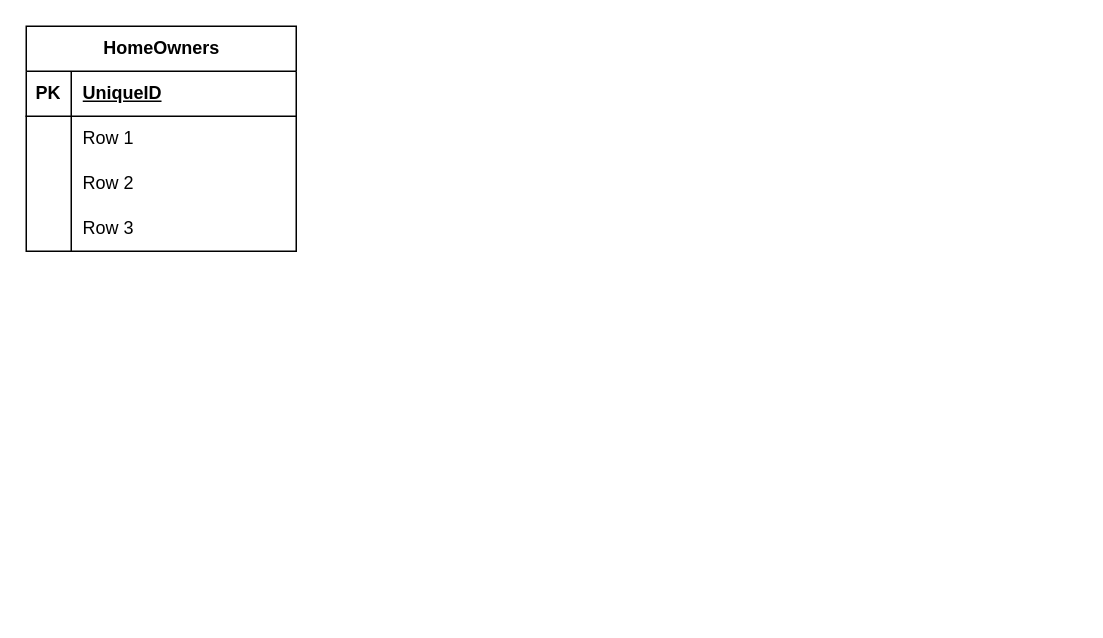
tatercodes/Favihomas keeps this draw.io diagram as ERD/Favihomas ERD.drawio. Above is the earlier version. Source tidied: cells renumbered, new cells numbered last; positions are measured from the earlier drawing's top-left corner, leaving out a move shared by most shapes. Both pictures are drawn from the tidied source at 150%, with x=0, y=0 at pixel (26, 26).
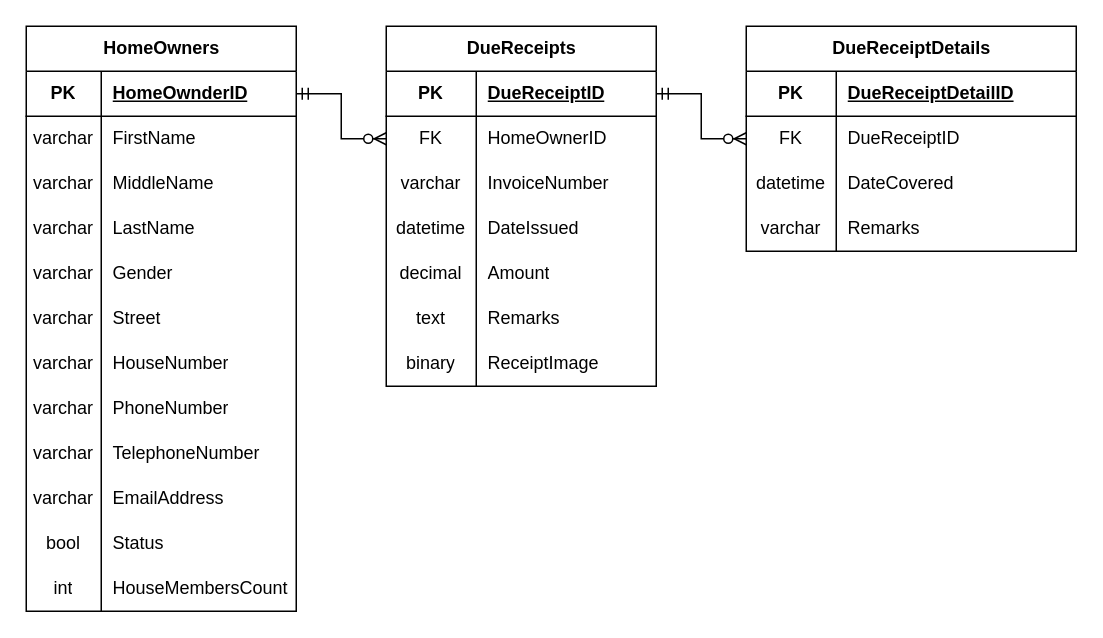
After the change.

The change refers to these unchanged cells:
```xml
<mxCell id="3" style="shape=tableRow;horizontal=0;startSize=0;swimlaneHead=0;swimlaneBody=0;fillColor=none;points=[[0,0.5],[1,0.5]];portConstraint=eastwest;top=0;left=0;right=0;bottom=1;" parent="2" vertex="1">
  <mxGeometry y="30" width="180" height="30" as="geometry" />
</mxCell>
<mxCell id="6" style="shape=tableRow;horizontal=0;startSize=0;swimlaneHead=0;swimlaneBody=0;fillColor=none;top=0;left=0;right=0;bottom=0;" parent="2" vertex="1">
  <mxGeometry y="60" width="180" height="30" as="geometry" />
</mxCell>
<mxCell id="9" style="shape=tableRow;horizontal=0;startSize=0;swimlaneHead=0;swimlaneBody=0;fillColor=none;top=0;left=0;right=0;bottom=0;" parent="2" vertex="1">
  <mxGeometry y="90" width="180" height="30" as="geometry" />
</mxCell>
<mxCell id="12" style="shape=tableRow;horizontal=0;startSize=0;swimlaneHead=0;swimlaneBody=0;fillColor=none;top=0;left=0;right=0;bottom=0;" parent="2" vertex="1">
  <mxGeometry y="120" width="180" height="30" as="geometry" />
</mxCell>
```

What changed in the source:
```diff
@@
     <mxCell id="2" value="HomeOwners" style="shape=table;startSize=30;childLayout=tableLayout;rowLines=0;fontStyle=1;align=center;html=1;" parent="1" vertex="1">
-      <mxGeometry width="180" height="150" as="geometry" />
+      <mxGeometry width="180" height="390" as="geometry" />
     </mxCell>
@@
     <mxCell id="4" value="PK" style="shape=partialRectangle;fillColor=none;top=0;left=0;bottom=0;right=0;fontStyle=1;overflow=hidden;whiteSpace=wrap;html=1;" parent="3" vertex="1">
-      <mxGeometry width="30" height="30" as="geometry" />
+      <mxGeometry width="50" height="30" as="geometry" />
     </mxCell>
-    <mxCell id="5" value="UniqueID" style="shape=partialRectangle;fillColor=none;top=0;left=0;bottom=0;right=0;align=left;spacingLeft=6;fontStyle=5;overflow=hidden;whiteSpace=wrap;html=1;" parent="3" vertex="1">
-      <mxGeometry x="30" width="150" height="30" as="geometry" />
+    <mxCell id="5" value="HomeOwnderID" style="shape=partialRectangle;fillColor=none;top=0;left=0;bottom=0;right=0;align=left;spacingLeft=6;fontStyle=5;overflow=hidden;whiteSpace=wrap;html=1;" parent="3" vertex="1">
+      <mxGeometry x="50" width="130" height="30" as="geometry" />
     </mxCell>
@@
-    <mxCell id="7" style="shape=partialRectangle;fillColor=none;top=0;left=0;bottom=0;right=0;overflow=hidden;whiteSpace=wrap;html=1;" parent="6" vertex="1">
-      <mxGeometry width="30" height="30" as="geometry" />
+    <mxCell id="7" value="&lt;div style=&quot;text-align: left;&quot;&gt;&lt;span style=&quot;background-color: initial;&quot;&gt;varchar&lt;/span&gt;&lt;/div&gt;" style="shape=partialRectangle;fillColor=none;top=0;left=0;bottom=0;right=0;overflow=hidden;whiteSpace=wrap;html=1;" parent="6" vertex="1">
+      <mxGeometry width="50" height="30" as="geometry" />
     </mxCell>
-    <mxCell id="8" value="Row 1" style="shape=partialRectangle;fillColor=none;top=0;left=0;bottom=0;right=0;align=left;spacingLeft=6;overflow=hidden;whiteSpace=wrap;html=1;" parent="6" vertex="1">
-      <mxGeometry x="30" width="150" height="30" as="geometry" />
+    <mxCell id="8" value="FirstName" style="shape=partialRectangle;fillColor=none;top=0;left=0;bottom=0;right=0;align=left;spacingLeft=6;overflow=hidden;whiteSpace=wrap;html=1;" parent="6" vertex="1">
+      <mxGeometry x="50" width="130" height="30" as="geometry" />
     </mxCell>
@@
-    <mxCell id="10" style="shape=partialRectangle;fillColor=none;top=0;left=0;bottom=0;right=0;overflow=hidden;whiteSpace=wrap;html=1;" parent="9" vertex="1">
-      <mxGeometry width="30" height="30" as="geometry" />
+    <mxCell id="10" value="varchar" style="shape=partialRectangle;fillColor=none;top=0;left=0;bottom=0;right=0;overflow=hidden;whiteSpace=wrap;html=1;" parent="9" vertex="1">
+      <mxGeometry width="50" height="30" as="geometry" />
     </mxCell>
-    <mxCell id="11" value="Row 2" style="shape=partialRectangle;fillColor=none;top=0;left=0;bottom=0;right=0;align=left;spacingLeft=6;overflow=hidden;whiteSpace=wrap;html=1;" parent="9" vertex="1">
-      <mxGeometry x="30" width="150" height="30" as="geometry" />
+    <mxCell id="11" value="MiddleName" style="shape=partialRectangle;fillColor=none;top=0;left=0;bottom=0;right=0;align=left;spacingLeft=6;overflow=hidden;whiteSpace=wrap;html=1;" parent="9" vertex="1">
+      <mxGeometry x="50" width="130" height="30" as="geometry" />
     </mxCell>
@@
-    <mxCell id="13" style="shape=partialRectangle;fillColor=none;top=0;left=0;bottom=0;right=0;overflow=hidden;whiteSpace=wrap;html=1;" parent="12" vertex="1">
-      <mxGeometry width="30" height="30" as="geometry" />
+    <mxCell id="13" value="varchar" style="shape=partialRectangle;fillColor=none;top=0;left=0;bottom=0;right=0;overflow=hidden;whiteSpace=wrap;html=1;" parent="12" vertex="1">
+      <mxGeometry width="50" height="30" as="geometry" />
     </mxCell>
-    <mxCell id="14" value="Row 3" style="shape=partialRectangle;fillColor=none;top=0;left=0;bottom=0;right=0;align=left;spacingLeft=6;overflow=hidden;whiteSpace=wrap;html=1;" parent="12" vertex="1">
-      <mxGeometry x="30" width="150" height="30" as="geometry" />
+    <mxCell id="14" value="LastName" style="shape=partialRectangle;fillColor=none;top=0;left=0;bottom=0;right=0;align=left;spacingLeft=6;overflow=hidden;whiteSpace=wrap;html=1;" parent="12" vertex="1">
+      <mxGeometry x="50" width="130" height="30" as="geometry" />
     </mxCell>
+    <mxCell id="15" style="shape=tableRow;horizontal=0;startSize=0;swimlaneHead=0;swimlaneBody=0;fillColor=none;top=0;left=0;right=0;bottom=0;" parent="2" vertex="1">
+      <mxGeometry y="150" width="180" height="30" as="geometry" />
+    </mxCell>
+    <mxCell id="16" value="varchar" style="shape=partialRectangle;fillColor=none;top=0;left=0;bottom=0;right=0;overflow=hidden;whiteSpace=wrap;html=1;" parent="15" vertex="1">
+      <mxGeometry width="50" height="30" as="geometry" />
+    </mxCell>
+    <mxCell id="17" value="Gender" style="shape=partialRectangle;fillColor=none;top=0;left=0;bottom=0;right=0;align=left;spacingLeft=6;overflow=hidden;whiteSpace=wrap;html=1;" parent="15" vertex="1">
+      <mxGeometry x="50" width="130" height="30" as="geometry" />
+    </mxCell>
+    <mxCell id="18" style="shape=tableRow;horizontal=0;startSize=0;swimlaneHead=0;swimlaneBody=0;fillColor=none;top=0;left=0;right=0;bottom=0;" parent="2" vertex="1">
+      <mxGeometry y="180" width="180" height="30" as="geometry" />
+    </mxCell>
+    <mxCell id="19" value="varchar" style="shape=partialRectangle;fillColor=none;top=0;left=0;bottom=0;right=0;overflow=hidden;whiteSpace=wrap;html=1;" parent="18" vertex="1">
+      <mxGeometry width="50" height="30" as="geometry" />
+    </mxCell>
+    <mxCell id="20" value="Street" style="shape=partialRectangle;fillColor=none;top=0;left=0;bottom=0;right=0;align=left;spacingLeft=6;overflow=hidden;whiteSpace=wrap;html=1;" parent="18" vertex="1">
+      <mxGeometry x="50" width="130" height="30" as="geometry" />
+    </mxCell>
+    <mxCell id="21" style="shape=tableRow;horizontal=0;startSize=0;swimlaneHead=0;swimlaneBody=0;fillColor=none;top=0;left=0;right=0;bottom=0;" parent="2" vertex="1">
+      <mxGeometry y="210" width="180" height="30" as="geometry" />
+    </mxCell>
+    <mxCell id="22" value="varchar" style="shape=partialRectangle;fillColor=none;top=0;left=0;bottom=0;right=0;overflow=hidden;whiteSpace=wrap;html=1;" parent="21" vertex="1">
+      <mxGeometry width="50" height="30" as="geometry" />
+    </mxCell>
+    <mxCell id="23" value="HouseNumber" style="shape=partialRectangle;fillColor=none;top=0;left=0;bottom=0;right=0;align=left;spacingLeft=6;overflow=hidden;whiteSpace=wrap;html=1;" parent="21" vertex="1">
+      <mxGeometry x="50" width="130" height="30" as="geometry" />
+    </mxCell>
+    <mxCell id="24" style="shape=tableRow;horizontal=0;startSize=0;swimlaneHead=0;swimlaneBody=0;fillColor=none;top=0;left=0;right=0;bottom=0;" parent="2" vertex="1">
+      <mxGeometry y="240" width="180" height="30" as="geometry" />
+    </mxCell>
+    <mxCell id="25" value="varchar" style="shape=partialRectangle;fillColor=none;top=0;left=0;bottom=0;right=0;overflow=hidden;whiteSpace=wrap;html=1;" parent="24" vertex="1">
+      <mxGeometry width="50" height="30" as="geometry" />
+    </mxCell>
+    <mxCell id="26" value="PhoneNumber" style="shape=partialRectangle;fillColor=none;top=0;left=0;bottom=0;right=0;align=left;spacingLeft=6;overflow=hidden;whiteSpace=wrap;html=1;" parent="24" vertex="1">
+      <mxGeometry x="50" width="130" height="30" as="geometry" />
+    </mxCell>
+    <mxCell id="27" style="shape=tableRow;horizontal=0;startSize=0;swimlaneHead=0;swimlaneBody=0;fillColor=none;top=0;left=0;right=0;bottom=0;" parent="2" vertex="1">
+      <mxGeometry y="270" width="180" height="30" as="geometry" />
+    </mxCell>
+    <mxCell id="28" value="varchar" style="shape=partialRectangle;fillColor=none;top=0;left=0;bottom=0;right=0;overflow=hidden;whiteSpace=wrap;html=1;" parent="27" vertex="1">
+      <mxGeometry width="50" height="30" as="geometry" />
+    </mxCell>
+    <mxCell id="29" value="TelephoneNumber" style="shape=partialRectangle;fillColor=none;top=0;left=0;bottom=0;right=0;align=left;spacingLeft=6;overflow=hidden;whiteSpace=wrap;html=1;" parent="27" vertex="1">
+      <mxGeometry x="50" width="130" height="30" as="geometry" />
+    </mxCell>
+    <mxCell id="30" style="shape=tableRow;horizontal=0;startSize=0;swimlaneHead=0;swimlaneBody=0;fillColor=none;top=0;left=0;right=0;bottom=0;" parent="2" vertex="1">
+      <mxGeometry y="300" width="180" height="30" as="geometry" />
+    </mxCell>
+    <mxCell id="31" value="varchar" style="shape=partialRectangle;fillColor=none;top=0;left=0;bottom=0;right=0;overflow=hidden;whiteSpace=wrap;html=1;" parent="30" vertex="1">
+      <mxGeometry width="50" height="30" as="geometry" />
+    </mxCell>
+    <mxCell id="32" value="EmailAddress" style="shape=partialRectangle;fillColor=none;top=0;left=0;bottom=0;right=0;align=left;spacingLeft=6;overflow=hidden;whiteSpace=wrap;html=1;" parent="30" vertex="1">
+      <mxGeometry x="50" width="130" height="30" as="geometry" />
+    </mxCell>
+    <mxCell id="33" style="shape=tableRow;horizontal=0;startSize=0;swimlaneHead=0;swimlaneBody=0;fillColor=none;top=0;left=0;right=0;bottom=0;" parent="2" vertex="1">
+      <mxGeometry y="330" width="180" height="30" as="geometry" />
+    </mxCell>
+    <mxCell id="34" value="bool" style="shape=partialRectangle;fillColor=none;top=0;left=0;bottom=0;right=0;overflow=hidden;whiteSpace=wrap;html=1;" parent="33" vertex="1">
+      <mxGeometry width="50" height="30" as="geometry" />
+    </mxCell>
+    <mxCell id="35" value="Status" style="shape=partialRectangle;fillColor=none;top=0;left=0;bottom=0;right=0;align=left;spacingLeft=6;overflow=hidden;whiteSpace=wrap;html=1;" parent="33" vertex="1">
+      <mxGeometry x="50" width="130" height="30" as="geometry" />
+    </mxCell>
+    <mxCell id="36" style="shape=tableRow;horizontal=0;startSize=0;swimlaneHead=0;swimlaneBody=0;fillColor=none;top=0;left=0;right=0;bottom=0;" parent="2" vertex="1">
+      <mxGeometry y="360" width="180" height="30" as="geometry" />
+    </mxCell>
+    <mxCell id="37" value="int" style="shape=partialRectangle;fillColor=none;top=0;left=0;bottom=0;right=0;overflow=hidden;whiteSpace=wrap;html=1;" parent="36" vertex="1">
+      <mxGeometry width="50" height="30" as="geometry" />
+    </mxCell>
+    <mxCell id="38" value="HouseMembersCount" style="shape=partialRectangle;fillColor=none;top=0;left=0;bottom=0;right=0;align=left;spacingLeft=6;overflow=hidden;whiteSpace=wrap;html=1;" parent="36" vertex="1">
+      <mxGeometry x="50" width="130" height="30" as="geometry" />
+    </mxCell>
+    <mxCell id="39" value="DueReceipts" style="shape=table;startSize=30;childLayout=tableLayout;rowLines=0;fontStyle=1;align=center;html=1;" parent="1" vertex="1">
+      <mxGeometry x="240" width="180" height="240" as="geometry" />
+    </mxCell>
+    <mxCell id="40" style="shape=tableRow;horizontal=0;startSize=0;swimlaneHead=0;swimlaneBody=0;fillColor=none;points=[[0,0.5],[1,0.5]];portConstraint=eastwest;top=0;left=0;right=0;bottom=1;" parent="39" vertex="1">
+      <mxGeometry y="30" width="180" height="30" as="geometry" />
+    </mxCell>
+    <mxCell id="41" value="PK" style="shape=partialRectangle;fillColor=none;top=0;left=0;bottom=0;right=0;fontStyle=1;overflow=hidden;whiteSpace=wrap;html=1;" parent="40" vertex="1">
+      <mxGeometry width="60" height="30" as="geometry" />
+    </mxCell>
+    <mxCell id="42" value="DueReceiptID" style="shape=partialRectangle;fillColor=none;top=0;left=0;bottom=0;right=0;align=left;spacingLeft=6;fontStyle=5;overflow=hidden;whiteSpace=wrap;html=1;" parent="40" vertex="1">
+      <mxGeometry x="60" width="120" height="30" as="geometry" />
+    </mxCell>
+    <mxCell id="43" style="shape=tableRow;horizontal=0;startSize=0;swimlaneHead=0;swimlaneBody=0;fillColor=none;points=[[0,0.5],[1,0.5]];portConstraint=eastwest;top=0;left=0;right=0;bottom=0;" parent="39" vertex="1">
+      <mxGeometry y="60" width="180" height="30" as="geometry" />
+    </mxCell>
+    <mxCell id="44" value="&lt;div style=&quot;text-align: left;&quot;&gt;&lt;span style=&quot;background-color: initial;&quot;&gt;FK&lt;/span&gt;&lt;/div&gt;" style="shape=partialRectangle;fillColor=none;top=0;left=0;bottom=0;right=0;overflow=hidden;whiteSpace=wrap;html=1;" parent="43" vertex="1">
+      <mxGeometry width="60" height="30" as="geometry" />
+    </mxCell>
+    <mxCell id="45" value="HomeOwnerID" style="shape=partialRectangle;fillColor=none;top=0;left=0;bottom=0;right=0;align=left;spacingLeft=6;overflow=hidden;whiteSpace=wrap;html=1;" parent="43" vertex="1">
+      <mxGeometry x="60" width="120" height="30" as="geometry" />
+    </mxCell>
+    <mxCell id="46" style="shape=tableRow;horizontal=0;startSize=0;swimlaneHead=0;swimlaneBody=0;fillColor=none;top=0;left=0;right=0;bottom=0;" parent="39" vertex="1">
+      <mxGeometry y="90" width="180" height="30" as="geometry" />
+    </mxCell>
+    <mxCell id="47" value="varchar" style="shape=partialRectangle;fillColor=none;top=0;left=0;bottom=0;right=0;overflow=hidden;whiteSpace=wrap;html=1;" parent="46" vertex="1">
+      <mxGeometry width="60" height="30" as="geometry" />
+    </mxCell>
+    <mxCell id="48" value="InvoiceNumber" style="shape=partialRectangle;fillColor=none;top=0;left=0;bottom=0;right=0;align=left;spacingLeft=6;overflow=hidden;whiteSpace=wrap;html=1;" parent="46" vertex="1">
+      <mxGeometry x="60" width="120" height="30" as="geometry" />
+    </mxCell>
+    <mxCell id="49" style="shape=tableRow;horizontal=0;startSize=0;swimlaneHead=0;swimlaneBody=0;fillColor=none;top=0;left=0;right=0;bottom=0;" parent="39" vertex="1">
+      <mxGeometry y="120" width="180" height="30" as="geometry" />
+    </mxCell>
+    <mxCell id="50" value="datetime" style="shape=partialRectangle;fillColor=none;top=0;left=0;bottom=0;right=0;overflow=hidden;whiteSpace=wrap;html=1;" parent="49" vertex="1">
+      <mxGeometry width="60" height="30" as="geometry" />
+    </mxCell>
+    <mxCell id="51" value="DateIssued" style="shape=partialRectangle;fillColor=none;top=0;left=0;bottom=0;right=0;align=left;spacingLeft=6;overflow=hidden;whiteSpace=wrap;html=1;" parent="49" vertex="1">
+      <mxGeometry x="60" width="120" height="30" as="geometry" />
+    </mxCell>
+    <mxCell id="52" style="shape=tableRow;horizontal=0;startSize=0;swimlaneHead=0;swimlaneBody=0;fillColor=none;top=0;left=0;right=0;bottom=0;" parent="39" vertex="1">
+      <mxGeometry y="150" width="180" height="30" as="geometry" />
+    </mxCell>
+    <mxCell id="53" value="decimal" style="shape=partialRectangle;fillColor=none;top=0;left=0;bottom=0;right=0;overflow=hidden;whiteSpace=wrap;html=1;" parent="52" vertex="1">
+      <mxGeometry width="60" height="30" as="geometry" />
+    </mxCell>
+    <mxCell id="54" value="Amount" style="shape=partialRectangle;fillColor=none;top=0;left=0;bottom=0;right=0;align=left;spacingLeft=6;overflow=hidden;whiteSpace=wrap;html=1;" parent="52" vertex="1">
+      <mxGeometry x="60" width="120" height="30" as="geometry" />
+    </mxCell>
+    <mxCell id="55" style="shape=tableRow;horizontal=0;startSize=0;swimlaneHead=0;swimlaneBody=0;fillColor=none;top=0;left=0;right=0;bottom=0;" parent="39" vertex="1">
+      <mxGeometry y="180" width="180" height="30" as="geometry" />
+    </mxCell>
+    <mxCell id="56" value="text" style="shape=partialRectangle;fillColor=none;top=0;left=0;bottom=0;right=0;overflow=hidden;whiteSpace=wrap;html=1;" parent="55" vertex="1">
+      <mxGeometry width="60" height="30" as="geometry" />
+    </mxCell>
+    <mxCell id="57" value="Remarks" style="shape=partialRectangle;fillColor=none;top=0;left=0;bottom=0;right=0;align=left;spacingLeft=6;overflow=hidden;whiteSpace=wrap;html=1;" parent="55" vertex="1">
+      <mxGeometry x="60" width="120" height="30" as="geometry" />
+    </mxCell>
+    <mxCell id="58" style="shape=tableRow;horizontal=0;startSize=0;swimlaneHead=0;swimlaneBody=0;fillColor=none;top=0;left=0;right=0;bottom=0;" parent="39" vertex="1">
+      <mxGeometry y="210" width="180" height="30" as="geometry" />
+    </mxCell>
+    <mxCell id="59" value="binary" style="shape=partialRectangle;fillColor=none;top=0;left=0;bottom=0;right=0;overflow=hidden;whiteSpace=wrap;html=1;" parent="58" vertex="1">
+      <mxGeometry width="60" height="30" as="geometry" />
+    </mxCell>
+    <mxCell id="60" value="ReceiptImage" style="shape=partialRectangle;fillColor=none;top=0;left=0;bottom=0;right=0;align=left;spacingLeft=6;overflow=hidden;whiteSpace=wrap;html=1;" parent="58" vertex="1">
+      <mxGeometry x="60" width="120" height="30" as="geometry" />
+    </mxCell>
+    <mxCell id="61" value="DueReceiptDetails" style="shape=table;startSize=30;childLayout=tableLayout;rowLines=0;fontStyle=1;align=center;html=1;" parent="1" vertex="1">
+      <mxGeometry x="480" width="220" height="150" as="geometry" />
+    </mxCell>
+    <mxCell id="62" style="shape=tableRow;horizontal=0;startSize=0;swimlaneHead=0;swimlaneBody=0;fillColor=none;top=0;left=0;right=0;bottom=1;" parent="61" vertex="1">
+      <mxGeometry y="30" width="220" height="30" as="geometry" />
+    </mxCell>
+    <mxCell id="63" value="PK" style="shape=partialRectangle;fillColor=none;top=0;left=0;bottom=0;right=0;fontStyle=1;overflow=hidden;whiteSpace=wrap;html=1;" parent="62" vertex="1">
+      <mxGeometry width="60" height="30" as="geometry" />
+    </mxCell>
+    <mxCell id="64" value="DueReceiptDetailID" style="shape=partialRectangle;fillColor=none;top=0;left=0;bottom=0;right=0;align=left;spacingLeft=6;fontStyle=5;overflow=hidden;whiteSpace=wrap;html=1;" parent="62" vertex="1">
+      <mxGeometry x="60" width="160" height="30" as="geometry" />
+    </mxCell>
+    <mxCell id="65" style="shape=tableRow;horizontal=0;startSize=0;swimlaneHead=0;swimlaneBody=0;fillColor=none;points=[[0,0.5],[1,0.5]];portConstraint=eastwest;top=0;left=0;right=0;bottom=0;" parent="61" vertex="1">
+      <mxGeometry y="60" width="220" height="30" as="geometry" />
+    </mxCell>
+    <mxCell id="66" value="&lt;div style=&quot;text-align: left;&quot;&gt;&lt;span style=&quot;background-color: initial;&quot;&gt;FK&lt;/span&gt;&lt;/div&gt;" style="shape=partialRectangle;fillColor=none;top=0;left=0;bottom=0;right=0;overflow=hidden;whiteSpace=wrap;html=1;" parent="65" vertex="1">
+      <mxGeometry width="60" height="30" as="geometry" />
+    </mxCell>
+    <mxCell id="67" value="DueReceiptID" style="shape=partialRectangle;fillColor=none;top=0;left=0;bottom=0;right=0;align=left;spacingLeft=6;overflow=hidden;whiteSpace=wrap;html=1;" parent="65" vertex="1">
+      <mxGeometry x="60" width="160" height="30" as="geometry" />
+    </mxCell>
+    <mxCell id="68" style="shape=tableRow;horizontal=0;startSize=0;swimlaneHead=0;swimlaneBody=0;fillColor=none;top=0;left=0;right=0;bottom=0;" parent="61" vertex="1">
+      <mxGeometry y="90" width="220" height="30" as="geometry" />
+    </mxCell>
+    <mxCell id="69" value="datetime" style="shape=partialRectangle;fillColor=none;top=0;left=0;bottom=0;right=0;overflow=hidden;whiteSpace=wrap;html=1;" parent="68" vertex="1">
+      <mxGeometry width="60" height="30" as="geometry" />
+    </mxCell>
+    <mxCell id="70" value="DateCovered" style="shape=partialRectangle;fillColor=none;top=0;left=0;bottom=0;right=0;align=left;spacingLeft=6;overflow=hidden;whiteSpace=wrap;html=1;" parent="68" vertex="1">
+      <mxGeometry x="60" width="160" height="30" as="geometry" />
+    </mxCell>
+    <mxCell id="71" style="shape=tableRow;horizontal=0;startSize=0;swimlaneHead=0;swimlaneBody=0;fillColor=none;top=0;left=0;right=0;bottom=0;" parent="61" vertex="1">
+      <mxGeometry y="120" width="220" height="30" as="geometry" />
+    </mxCell>
+    <mxCell id="72" value="varchar" style="shape=partialRectangle;fillColor=none;top=0;left=0;bottom=0;right=0;overflow=hidden;whiteSpace=wrap;html=1;" parent="71" vertex="1">
+      <mxGeometry width="60" height="30" as="geometry" />
+    </mxCell>
+    <mxCell id="73" value="Remarks" style="shape=partialRectangle;fillColor=none;top=0;left=0;bottom=0;right=0;align=left;spacingLeft=6;overflow=hidden;whiteSpace=wrap;html=1;" parent="71" vertex="1">
+      <mxGeometry x="60" width="160" height="30" as="geometry" />
+    </mxCell>
+    <mxCell id="74" style="edgeStyle=entityRelationEdgeStyle;fontSize=12;html=1;endArrow=ERzeroToMany;startArrow=ERmandOne;rounded=0;exitX=1;exitY=0.5;exitDx=0;exitDy=0;entryX=0;entryY=0.5;entryDx=0;entryDy=0;" parent="1" edge="1" source="40" target="65">
+      <mxGeometry relative="1" as="geometry" />
+    </mxCell>
+    <mxCell id="75" style="edgeStyle=entityRelationEdgeStyle;fontSize=12;html=1;endArrow=ERzeroToMany;startArrow=ERmandOne;rounded=0;exitX=1;exitY=0.5;exitDx=0;exitDy=0;entryX=0;entryY=0.5;entryDx=0;entryDy=0;" parent="1" edge="1" source="3" target="43">
+      <mxGeometry relative="1" as="geometry" />
+    </mxCell>
```
